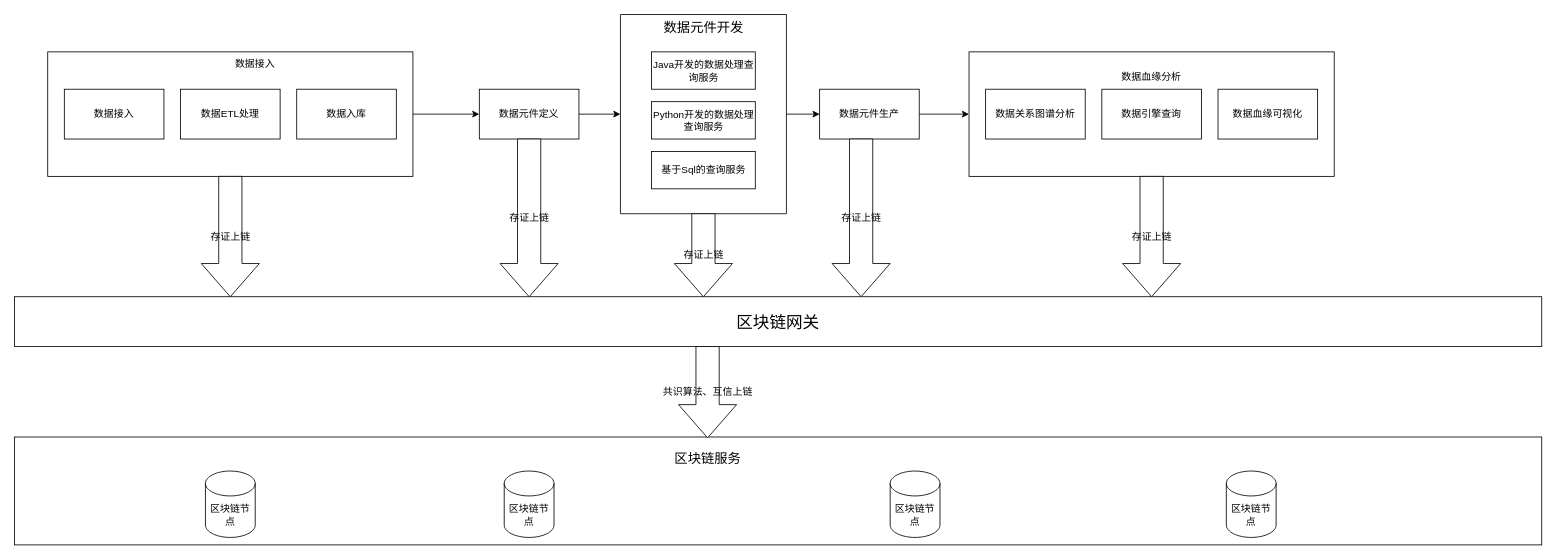
The draw.io diagram diagrams/Untitled Diagram.drawio in cenxi/utils, before the edit. Source tidied: cells renumbered, new cells numbered last; positions are measured from the earlier drawing's top-left corner, leaving out a move shared by most shapes. Both pictures are drawn from the tidied source at 83%, with x=0, y=0 at pixel (14, 14).
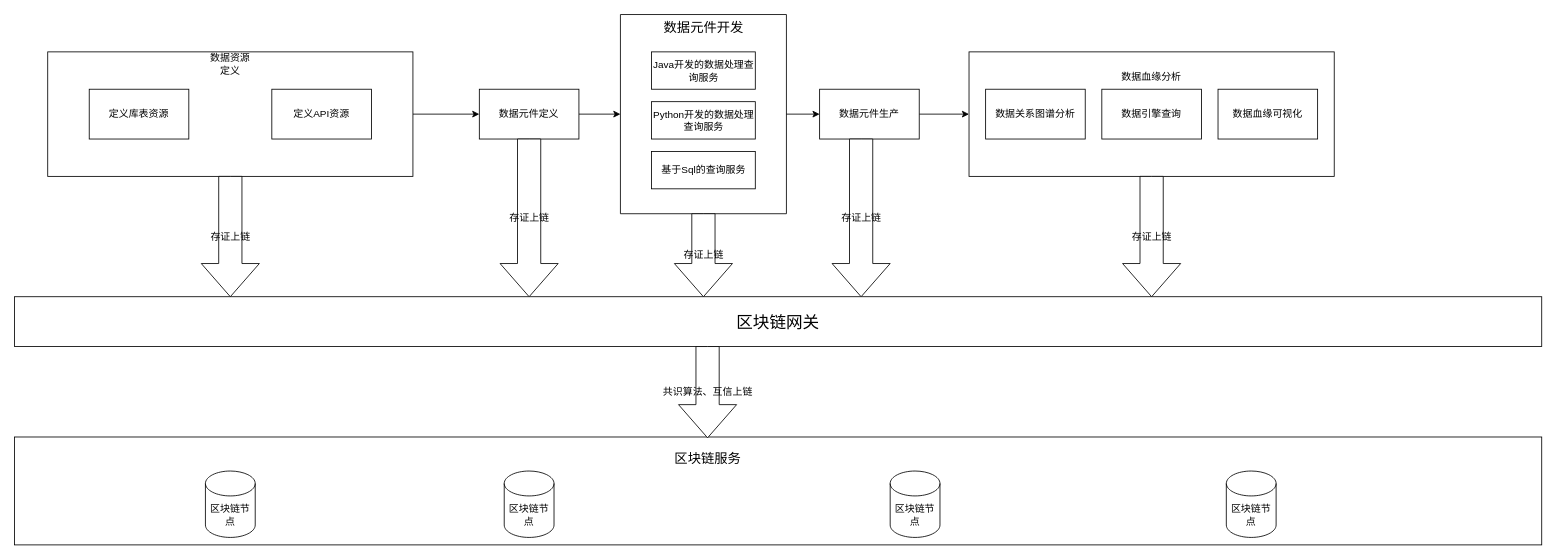
The same page after the edit.

Change to the diagram source:
```diff
@@
-    <mxCell id="25" value="数据接入" style="rounded=0;whiteSpace=wrap;html=1;" parent="1" vertex="1">
-      <mxGeometry x="60" y="90" width="120" height="60" as="geometry" />
+    <mxCell id="25" value="定义库表资源" style="rounded=0;whiteSpace=wrap;html=1;" parent="1" vertex="1">
+      <mxGeometry x="90" y="90" width="120" height="60" as="geometry" />
     </mxCell>
-    <mxCell id="26" value="数据ETL处理" style="rounded=0;whiteSpace=wrap;html=1;" parent="1" vertex="1">
-      <mxGeometry x="200" y="90" width="120" height="60" as="geometry" />
+    <mxCell id="26" value="定义API资源" style="rounded=0;whiteSpace=wrap;html=1;" parent="1" vertex="1">
+      <mxGeometry x="310" y="90" width="120" height="60" as="geometry" />
     </mxCell>
-    <mxCell id="27" value="数据入库" style="rounded=0;whiteSpace=wrap;html=1;" parent="1" vertex="1">
-      <mxGeometry x="340" y="90" width="120" height="60" as="geometry" />
-    </mxCell>
-    <mxCell id="28" value="数据接入" style="text;html=1;strokeColor=none;fillColor=none;align=center;verticalAlign=middle;whiteSpace=wrap;rounded=0;" parent="1" vertex="1">
-      <mxGeometry x="260" y="45" width="60" height="30" as="geometry" />
+    <mxCell id="28" value="数据资源定义" style="text;html=1;strokeColor=none;fillColor=none;align=center;verticalAlign=middle;whiteSpace=wrap;rounded=0;" parent="1" vertex="1">
+      <mxGeometry x="230" y="45" width="60" height="30" as="geometry" />
     </mxCell>
```
